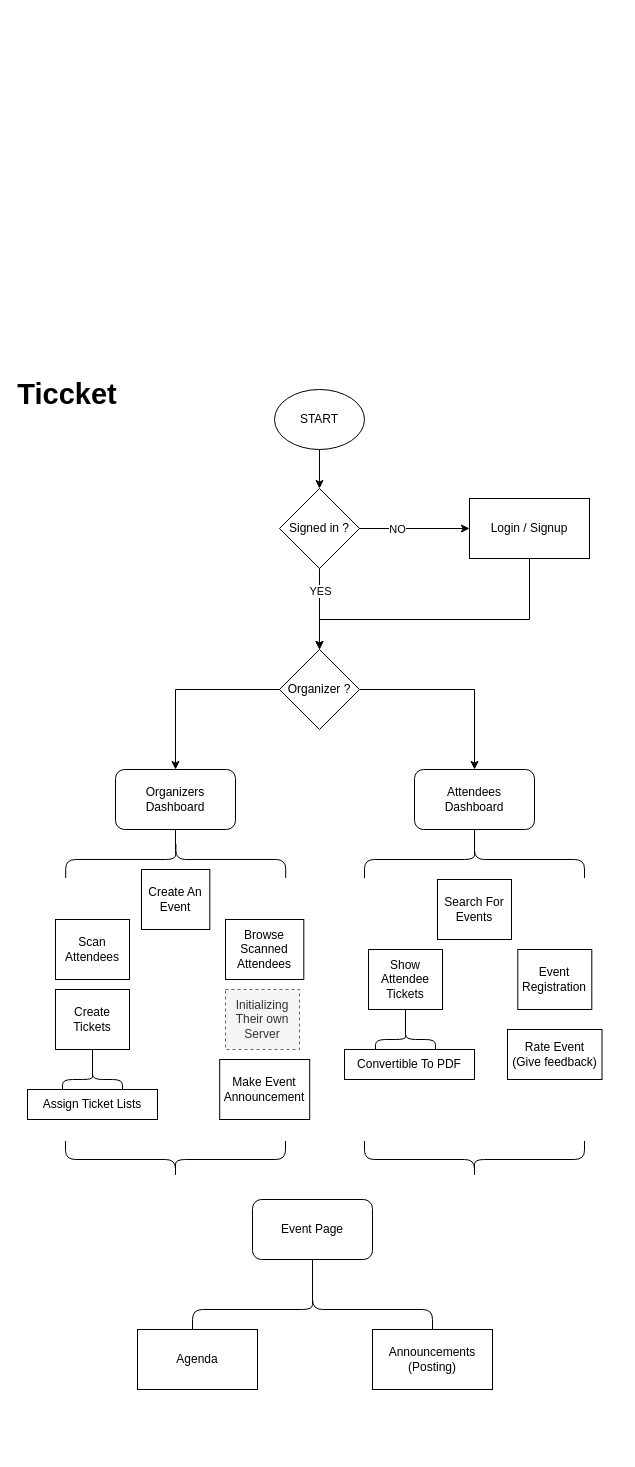
KareemEl-Giushy/Ticcket-Diagrams keeps this draw.io diagram as User-Flow.drawio. Above is the earlier version. Source tidied: cells renumbered, new cells numbered last; positions are measured from the earlier drawing's top-left corner, leaving out a move shared by most shapes. Both pictures are drawn from the tidied source at 100%, with x=0, y=0 at pixel (27, 379).
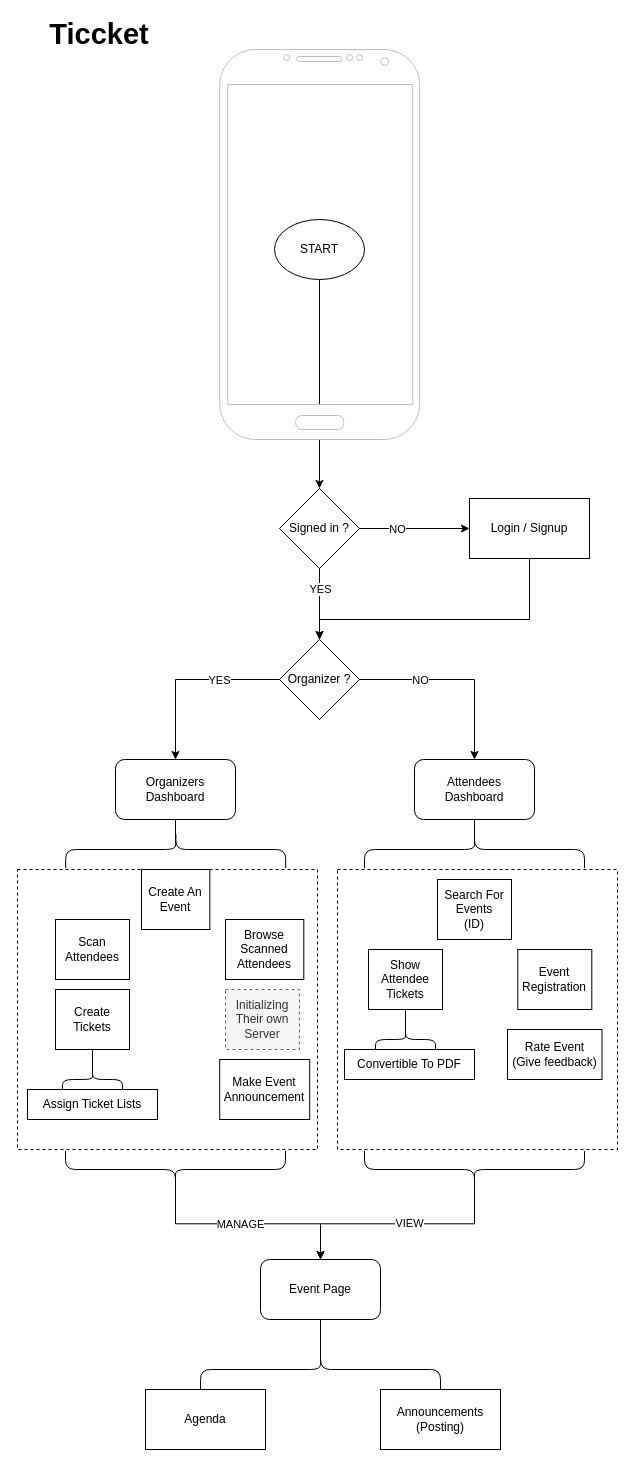
Above is the later version.

The change refers to these unchanged cells:
```xml
<mxCell id="9" style="edgeStyle=orthogonalEdgeStyle;rounded=0;jettySize=auto;html=1;" parent="1" edge="1" source="11" target="17">
  <mxGeometry relative="1" as="geometry" />
</mxCell>
<mxCell id="10" style="edgeStyle=orthogonalEdgeStyle;rounded=0;jettySize=auto;html=1;" parent="1" edge="1" source="11" target="15">
  <mxGeometry relative="1" as="geometry" />
</mxCell>
<mxCell id="33" value="Event Page" style="rounded=1;whiteSpace=wrap;html=1;" parent="32" vertex="1">
  <mxGeometry x="115" width="120" height="60" as="geometry" />
</mxCell>
```

Change to the diagram source:
```diff
@@
+    <mxCell id="47" value="NO" style="edgeLabel;html=1;align=center;verticalAlign=middle;" parent="9" vertex="1">
+      <mxGeometry x="-0.3" relative="1" as="geometry">
+        <mxPoint x="-8" as="offset" />
+      </mxGeometry>
+    </mxCell>
@@
+    <mxCell id="48" value="YES" style="edgeLabel;html=1;align=center;verticalAlign=middle;" parent="10" vertex="1">
+      <mxGeometry x="-0.34" relative="1" as="geometry" />
+    </mxCell>
     <mxCell id="11" value="Organizer ?" style="rhombus;whiteSpace=wrap;html=1;" parent="1" vertex="1">
-      <mxGeometry x="252" y="270" width="80" height="80" as="geometry" />
+      <mxGeometry x="252" y="260" width="80" height="80" as="geometry" />
     </mxCell>
@@
     <mxCell id="13" value="START" style="ellipse;whiteSpace=wrap;html=1;" parent="1" vertex="1">
-      <mxGeometry x="247" y="10" width="90" height="60" as="geometry" />
+      <mxGeometry x="247" y="-160" width="90" height="60" as="geometry" />
     </mxCell>
@@
     <mxCell id="15" value="Organizers Dashboard" style="rounded=1;whiteSpace=wrap;html=1;" parent="1" vertex="1">
-      <mxGeometry x="88" y="390" width="120" height="60" as="geometry" />
+      <mxGeometry x="88" y="380" width="120" height="60" as="geometry" />
     </mxCell>
@@
     <mxCell id="17" value="&lt;span&gt;Attendees&lt;br&gt;Dashboard&lt;/span&gt;" style="rounded=1;whiteSpace=wrap;html=1;" parent="1" vertex="1">
-      <mxGeometry x="387" y="390" width="120" height="60" as="geometry" />
+      <mxGeometry x="387" y="380" width="120" height="60" as="geometry" />
     </mxCell>
     <mxCell id="18" style="shape=curlyBracket;whiteSpace=wrap;html=1;rounded=1;rotation=90;" parent="1" vertex="1">
-      <mxGeometry x="129.7" y="370" width="37" height="220" as="geometry" />
+      <mxGeometry x="129.7" y="360" width="37" height="220" as="geometry" />
     </mxCell>
     <mxCell id="19" style="shape=curlyBracket;whiteSpace=wrap;html=1;rounded=1;rotation=90;" parent="1" vertex="1">
-      <mxGeometry x="428.5" y="370" width="37" height="220" as="geometry" />
+      <mxGeometry x="428.5" y="360" width="37" height="220" as="geometry" />
     </mxCell>
@@
-    <mxCell id="25" value="Search For Events" style="rounded=0;whiteSpace=wrap;html=1;" parent="1" vertex="1">
+    <mxCell id="25" value="Search For Events&lt;br&gt;(ID)" style="rounded=0;whiteSpace=wrap;html=1;" parent="1" vertex="1">
       <mxGeometry x="410" y="500" width="74" height="60" as="geometry" />
     </mxCell>
@@
     <mxCell id="32" style="group;" parent="1" vertex="1">
-      <mxGeometry x="110" y="820" width="355" height="190" as="geometry" />
+      <mxGeometry x="118" y="880" width="355" height="190" as="geometry" />
     </mxCell>
@@
+    <mxCell id="49" style="edgeStyle=orthogonalEdgeStyle;rounded=0;jettySize=auto;html=1;entryX=0.5;entryY=0;entryDx=0;entryDy=0;exitX=0.1;exitY=0.5;exitDx=0;exitDy=0;exitPerimeter=0;" parent="1" edge="1" source="43" target="33">
+      <mxGeometry relative="1" as="geometry" />
+    </mxCell>
+    <mxCell id="50" value="MANAGE" style="edgeLabel;html=1;align=center;verticalAlign=middle;" parent="49" vertex="1">
+      <mxGeometry x="-0.33" y="-1" relative="1" as="geometry">
+        <mxPoint x="30" y="-1" as="offset" />
+      </mxGeometry>
+    </mxCell>
     <mxCell id="43" style="shape=curlyBracket;whiteSpace=wrap;html=1;rounded=1;rotation=-90;" parent="1" vertex="1">
-      <mxGeometry x="129.5" y="670" width="37" height="220" as="geometry" />
+      <mxGeometry x="129.5" y="680" width="37" height="220" as="geometry" />
     </mxCell>
+    <mxCell id="51" style="edgeStyle=orthogonalEdgeStyle;rounded=0;jettySize=auto;html=1;entryX=0.5;entryY=0;entryDx=0;entryDy=0;exitX=0.1;exitY=0.5;exitDx=0;exitDy=0;exitPerimeter=0;" parent="1" edge="1" source="44" target="33">
+      <mxGeometry relative="1" as="geometry" />
+    </mxCell>
+    <mxCell id="52" value="VIEW" style="edgeLabel;html=1;align=center;verticalAlign=middle;" parent="51" vertex="1">
+      <mxGeometry x="-0.08" y="-3" relative="1" as="geometry">
+        <mxPoint y="2" as="offset" />
+      </mxGeometry>
+    </mxCell>
     <mxCell id="44" style="shape=curlyBracket;whiteSpace=wrap;html=1;rounded=1;rotation=-90;" parent="1" vertex="1">
-      <mxGeometry x="428.5" y="670" width="37" height="220" as="geometry" />
+      <mxGeometry x="428.5" y="680" width="37" height="220" as="geometry" />
     </mxCell>
     <mxCell id="45" value="Ticcket" style="text;html=1;strokeColor=none;fillColor=none;align=center;verticalAlign=middle;whiteSpace=wrap;rounded=0;fontSize=29;fontStyle=1;" parent="1" vertex="1">
-      <mxGeometry x="10" width="60" height="30" as="geometry" />
+      <mxGeometry x="42" y="-360" width="60" height="30" as="geometry" />
     </mxCell>
@@
+    <mxCell id="53" style="verticalLabelPosition=bottom;verticalAlign=top;html=1;shadow=0;dashed=0;strokeWidth=1;shape=mxgraph.android.phone2;strokeColor=#c0c0c0;" parent="1" vertex="1">
+      <mxGeometry x="192.2" y="-330" width="200" height="390" as="geometry" />
+    </mxCell>
+    <mxCell id="54" style="rounded=0;whiteSpace=wrap;html=1;fillColor=none;dashed=1;" parent="1" vertex="1">
+      <mxGeometry x="-10" y="490" width="300" height="280" as="geometry" />
+    </mxCell>
+    <mxCell id="55" style="rounded=0;whiteSpace=wrap;html=1;fillColor=none;dashed=1;" parent="1" vertex="1">
+      <mxGeometry x="310" y="490" width="280" height="280" as="geometry" />
+    </mxCell>
```
